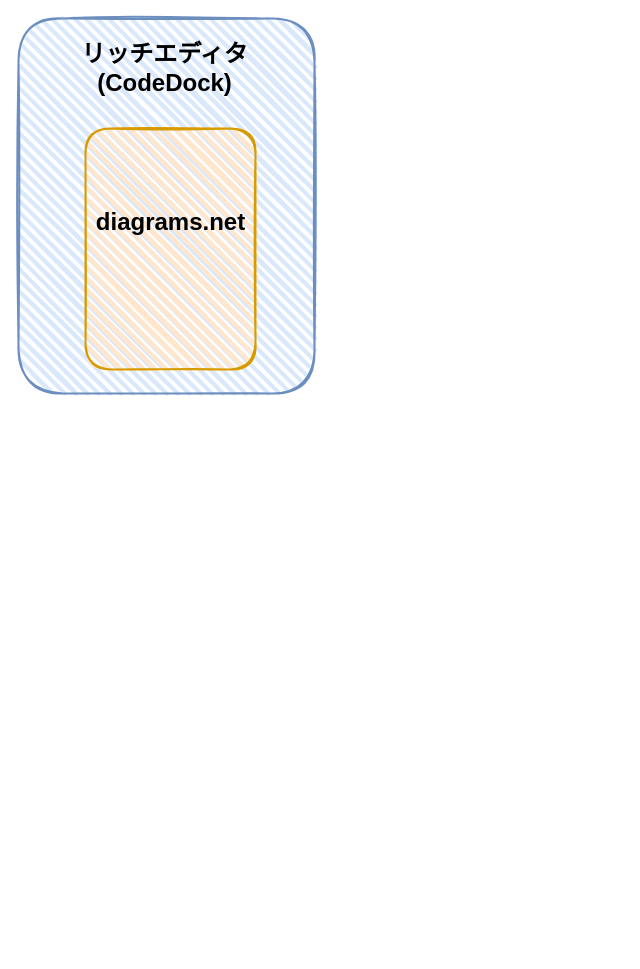
hankei6km/test_diagram.drawio keeps this draw.io diagram as diagrams-in-rich-editor.drawio. Above is the earlier version. Source tidied: cells renumbered, new cells numbered last; positions are measured from the earlier drawing's top-left corner, leaving out a move shared by most shapes. Both pictures are drawn from the tidied source at 100%, with x=0, y=0 at pixel (18, 18).
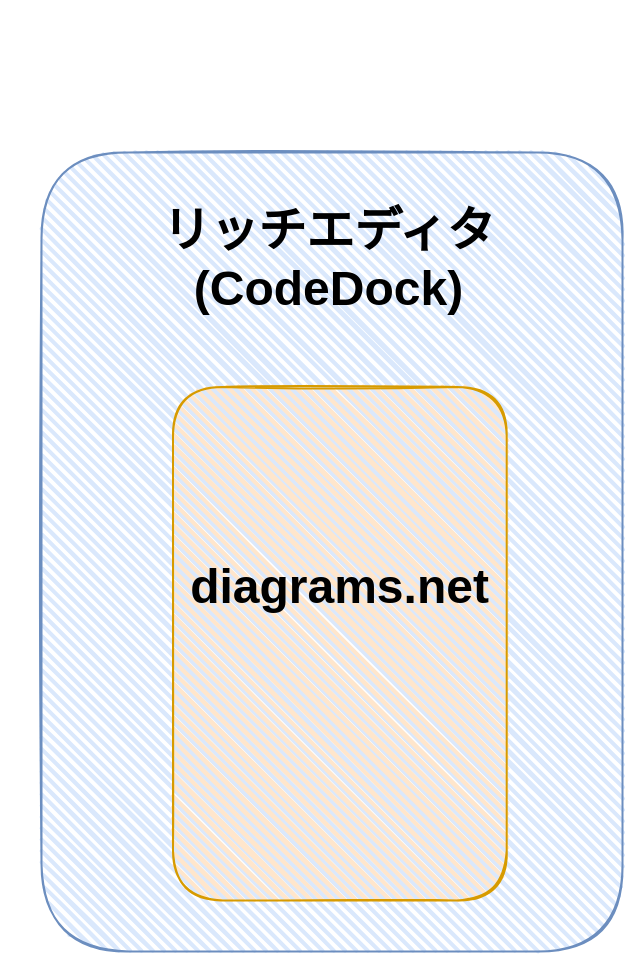
The same diagram, later.

Diff of the diagram source:
```diff
@@
 <mxGraphModel>
   <root>
     <mxCell id="0" />
     <mxCell id="1" parent="0" />
+    <mxCell id="6" style="group;" parent="1" vertex="1">
+      <mxGeometry x="23" y="134" width="581" height="799" as="geometry" />
+    </mxCell>
-    <mxCell id="2" style="rounded=1;whiteSpace=wrap;html=1;strokeWidth=2;fillWeight=4;hachureGap=8;hachureAngle=45;fillColor=#dae8fc;sketch=1;strokeColor=#6c8ebf;" parent="1" vertex="1">
-      <mxGeometry width="296" height="375" as="geometry" />
+    <mxCell id="2" style="rounded=1;whiteSpace=wrap;html=1;strokeWidth=2;fillWeight=4;hachureGap=8;hachureAngle=45;fillColor=#dae8fc;sketch=1;strokeColor=#6c8ebf;" parent="6" vertex="1">
+      <mxGeometry width="581" height="799" as="geometry" />
     </mxCell>
-    <mxCell id="3" value="リッチエディタ&lt;br&gt;(CodeDock)" style="text;strokeColor=none;fillColor=none;html=1;fontSize=24;fontStyle=1;verticalAlign=middle;align=center;" parent="1" vertex="1">
-      <mxGeometry x="96" y="30" width="100" height="40" as="geometry" />
+    <mxCell id="3" value="&lt;font style=&quot;font-size: 48px&quot;&gt;リッチエディタ&lt;br&gt;(CodeDock)&lt;/font&gt;" style="text;strokeColor=none;fillColor=none;html=1;fontSize=24;fontStyle=1;verticalAlign=middle;align=center;" parent="6" vertex="1">
+      <mxGeometry x="188.4" y="63.9" width="196.3" height="85.2" as="geometry" />
     </mxCell>
-    <mxCell id="4" style="rounded=1;whiteSpace=wrap;html=1;strokeWidth=2;fillWeight=4;hachureGap=8;hachureAngle=45;fillColor=#ffe6cc;sketch=1;strokeColor=#d79b00;" parent="1" vertex="1">
-      <mxGeometry x="67" y="110" width="170" height="241" as="geometry" />
+    <mxCell id="4" style="rounded=1;whiteSpace=wrap;html=1;strokeWidth=2;fillWeight=4;hachureGap=8;hachureAngle=45;fillColor=#ffe6cc;sketch=1;strokeColor=#d79b00;" parent="6" vertex="1">
+      <mxGeometry x="131.5" y="234.4" width="333.7" height="513.5" as="geometry" />
     </mxCell>
-    <mxCell id="5" value="diagrams.net" style="text;strokeColor=none;fillColor=none;html=1;fontSize=24;fontStyle=1;verticalAlign=middle;align=center;" parent="1" vertex="1">
-      <mxGeometry x="102" y="183.5" width="100" height="40" as="geometry" />
+    <mxCell id="5" value="&lt;font style=&quot;font-size: 48px&quot;&gt;diagrams.net&lt;/font&gt;" style="text;strokeColor=none;fillColor=none;html=1;fontSize=24;fontStyle=1;verticalAlign=middle;align=center;" parent="6" vertex="1">
+      <mxGeometry x="200.2" y="391" width="196.3" height="85.2" as="geometry" />
     </mxCell>
   </root>
 </mxGraphModel>
```
